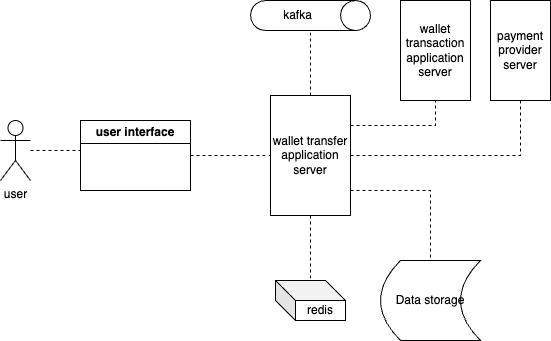
Before: docs/architectural-diagram.png, a diagram exported from draw.io (Euchigere/wallet-transaction-service). Source tidied: cells renumbered, new cells last; positions are measured from the earlier drawing's top-left corner, leaving out a move shared by most shapes.
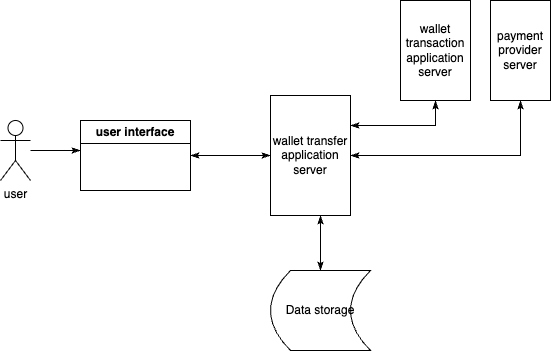
The same diagram one commit later.

What changed in the source:
```diff
@@ -2,7 +2,7 @@
   <root>
     <mxCell id="0" />
     <mxCell id="1" parent="0" />
-    <mxCell id="2" style="edgeStyle=orthogonalEdgeStyle;rounded=0;jettySize=auto;html=1;endArrow=none;endFill=0;dashed=1;" parent="1" edge="1" source="3">
+    <mxCell id="2" style="edgeStyle=orthogonalEdgeStyle;rounded=0;jettySize=auto;html=1;endArrow=classicThin;endFill=1;" parent="1" edge="1" source="3">
       <mxGeometry relative="1" as="geometry">
         <mxPoint x="80" y="150" as="targetPoint" />
       </mxGeometry>
@@ -10,43 +10,32 @@
     <mxCell id="3" value="user" style="shape=umlActor;verticalLabelPosition=bottom;verticalAlign=top;html=1;outlineConnect=0;" parent="1" vertex="1">
       <mxGeometry y="120" width="30" height="60" as="geometry" />
     </mxCell>
-    <mxCell id="4" style="edgeStyle=orthogonalEdgeStyle;rounded=0;jettySize=auto;html=1;endArrow=none;endFill=0;dashed=1;" parent="1" edge="1" source="5" target="11">
+    <mxCell id="4" style="edgeStyle=orthogonalEdgeStyle;rounded=0;jettySize=auto;html=1;endArrow=classicThin;endFill=1;startArrow=classicThin;startFill=1;" parent="1" edge="1" source="5" target="11">
       <mxGeometry relative="1" as="geometry" />
     </mxCell>
     <mxCell id="5" value="user interface" style="swimlane;whiteSpace=wrap;html=1;" parent="1" vertex="1">
       <mxGeometry x="80" y="120" width="110" height="70" as="geometry" />
     </mxCell>
-    <mxCell id="6" style="edgeStyle=orthogonalEdgeStyle;rounded=0;jettySize=auto;html=1;endArrow=none;endFill=0;dashed=1;" parent="1" edge="1" source="11" target="13">
-      <mxGeometry relative="1" as="geometry" />
-    </mxCell>
-    <mxCell id="7" style="edgeStyle=orthogonalEdgeStyle;rounded=0;jettySize=auto;html=1;endArrow=none;endFill=0;dashed=1;" parent="1" edge="1" source="11" target="12">
+    <mxCell id="7" style="edgeStyle=orthogonalEdgeStyle;rounded=0;jettySize=auto;html=1;endArrow=classicThin;endFill=1;startArrow=classicThin;startFill=1;" parent="1" edge="1" source="11" target="12">
       <mxGeometry relative="1" as="geometry">
         <Array as="points">
-          <mxPoint x="430" y="190" />
+          <mxPoint x="320" y="240" />
+          <mxPoint x="320" y="240" />
         </Array>
       </mxGeometry>
     </mxCell>
-    <mxCell id="8" style="edgeStyle=orthogonalEdgeStyle;rounded=0;jettySize=auto;html=1;endArrow=none;endFill=0;dashed=1;" parent="1" edge="1" source="11" target="14">
-      <mxGeometry relative="1" as="geometry" />
-    </mxCell>
-    <mxCell id="9" style="edgeStyle=orthogonalEdgeStyle;rounded=0;jettySize=auto;html=1;exitX=0.25;exitY=0;exitDx=0;exitDy=0;entryX=1;entryY=0.5;entryDx=0;entryDy=0;endArrow=none;endFill=0;dashed=1;" parent="1" edge="1" source="11" target="15">
+    <mxCell id="9" style="edgeStyle=orthogonalEdgeStyle;rounded=0;jettySize=auto;html=1;exitX=0.25;exitY=0;exitDx=0;exitDy=0;entryX=1;entryY=0.5;entryDx=0;entryDy=0;endArrow=classicThin;endFill=1;startArrow=classicThin;startFill=1;" parent="1" edge="1" source="11" target="15">
       <mxGeometry relative="1" as="geometry" />
     </mxCell>
-    <mxCell id="10" style="edgeStyle=orthogonalEdgeStyle;rounded=0;jettySize=auto;html=1;entryX=1;entryY=0.5;entryDx=0;entryDy=0;endArrow=none;endFill=0;dashed=1;" parent="1" edge="1" source="11" target="16">
+    <mxCell id="10" style="edgeStyle=orthogonalEdgeStyle;rounded=0;jettySize=auto;html=1;entryX=1;entryY=0.5;entryDx=0;entryDy=0;endArrow=classicThin;endFill=1;startArrow=classicThin;startFill=1;" parent="1" edge="1" source="11" target="16">
       <mxGeometry relative="1" as="geometry" />
     </mxCell>
     <mxCell id="11" value="wallet transfer application server" style="rounded=0;whiteSpace=wrap;html=1;direction=south;" parent="1" vertex="1">
       <mxGeometry x="270" y="95" width="80" height="120" as="geometry" />
     </mxCell>
     <mxCell id="12" value="Data storage" style="shape=dataStorage;whiteSpace=wrap;html=1;fixedSize=1;" parent="1" vertex="1">
-      <mxGeometry x="380" y="260" width="100" height="80" as="geometry" />
+      <mxGeometry x="270" y="270" width="100" height="80" as="geometry" />
     </mxCell>
-    <mxCell id="13" value="redis" style="shape=cube;whiteSpace=wrap;html=1;boundedLbl=1;backgroundOutline=1;darkOpacity=0.05;darkOpacity2=0.1;" parent="1" vertex="1">
-      <mxGeometry x="275" y="280" width="70" height="40" as="geometry" />
-    </mxCell>
-    <mxCell id="14" value="kafka" style="shape=cylinder3;whiteSpace=wrap;html=1;boundedLbl=1;backgroundOutline=1;size=15;direction=south;" parent="1" vertex="1">
-      <mxGeometry x="250" width="120" height="30" as="geometry" />
-    </mxCell>
     <mxCell id="15" value="wallet transaction application server" style="rounded=0;whiteSpace=wrap;html=1;direction=south;" parent="1" vertex="1">
       <mxGeometry x="400" width="70" height="100" as="geometry" />
     </mxCell>
```
